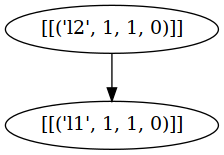
Above: task_network.png in XushengLuo92/Hierarchical-LTL (Graphviz), before the change. Its source is kept beside it as task_network.dot.
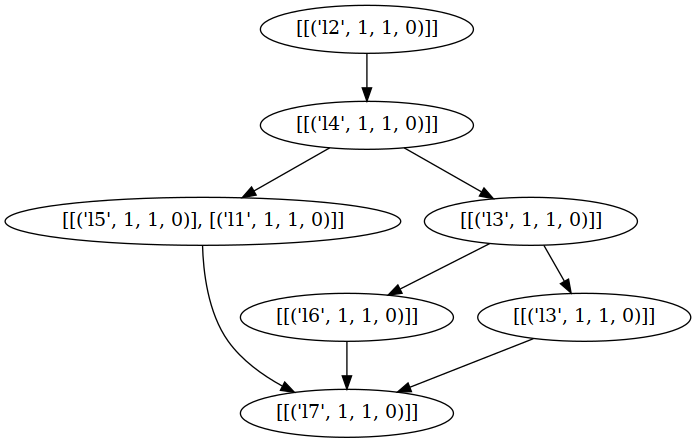
The same diagram one commit later.

Commit message:
fix start task execution time

What changed in the source:
```diff
@@ -1,6 +1,18 @@
 strict digraph "" {
 	node [label="\N"];
-	"('l0', 2)"	[label="[[('l1', 1, 1, 0)]]"];
+	"('l0', 3)"	[label="[[('l7', 1, 1, 0)]]"];
 	"('l100', 1)"	[label="[[('l2', 1, 1, 0)]]"];
-	"('l100', 1)" -> "('l0', 2)";
+	"('l100', 2)"	[label="[[('l4', 1, 1, 0)]]"];
+	"('l100', 1)" -> "('l100', 2)";
+	"('l200', 8)"	[label="[[('l5', 1, 1, 0)], [('l1', 1, 1, 0)]]"];
+	"('l100', 2)" -> "('l200', 8)";
+	"('l200', 3)"	[label="[[('l3', 1, 1, 0)]]"];
+	"('l100', 2)" -> "('l200', 3)";
+	"('l200', 8)" -> "('l0', 3)";
+	"('l200', 5)"	[label="[[('l6', 1, 1, 0)]]"];
+	"('l200', 3)" -> "('l200', 5)";
+	"('l200', 6)"	[label="[[('l3', 1, 1, 0)]]"];
+	"('l200', 3)" -> "('l200', 6)";
+	"('l200', 5)" -> "('l0', 3)";
+	"('l200', 6)" -> "('l0', 3)";
 }
```
